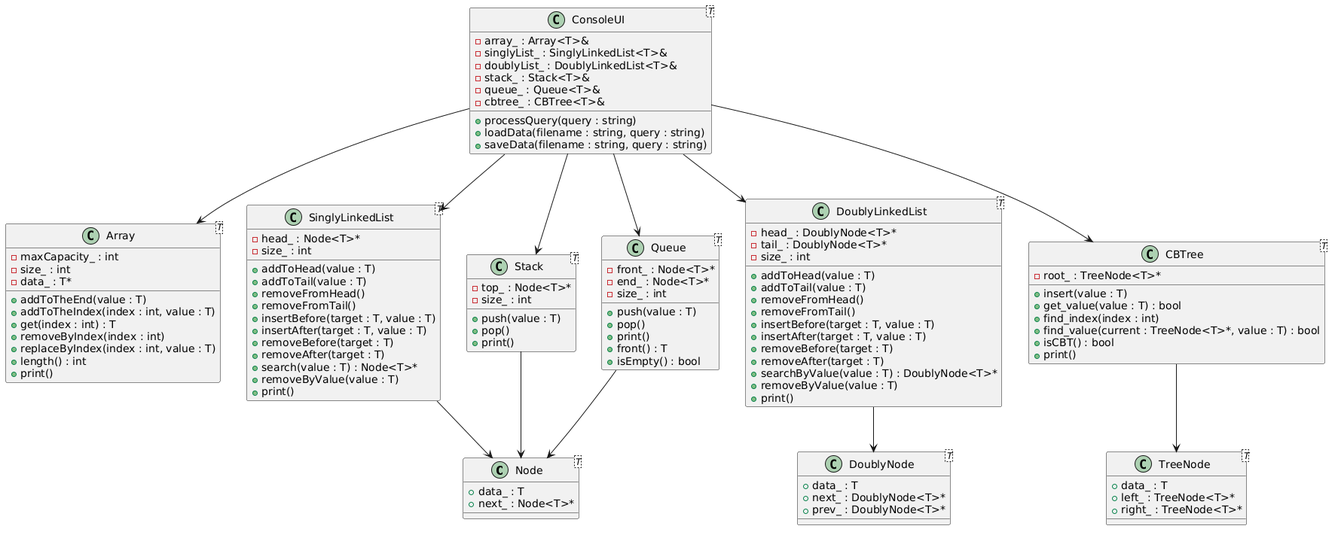
This is diagrams.png from basalaeff/abstract-data-structures, a PlantUML export, as it was before one commit. Its source is kept beside it as diagrams.puml. Its diagram source:
```plantuml
@startuml

class Node<T> {
  +data_ : T
  +next_ : Node<T>*
}

class DoublyNode<T> {
  +data_ : T
  +next_ : DoublyNode<T>*
  +prev_ : DoublyNode<T>*
}

class TreeNode<T> {
  +data_ : T
  +left_ : TreeNode<T>*
  +right_ : TreeNode<T>*
}

class Array<T> {
  -maxCapacity_ : int
  -size_ : int
  -data_ : T*

  +addToTheEnd(value : T)
  +addToTheIndex(index : int, value : T)
  +get(index : int) : T
  +removeByIndex(index : int)
  +replaceByIndex(index : int, value : T)
  +length() : int
  +print()
}

class SinglyLinkedList<T> {
  -head_ : Node<T>*
  -size_ : int

  +addToHead(value : T)
  +addToTail(value : T)
  +removeFromHead()
  +removeFromTail()
  +insertBefore(target : T, value : T)
  +insertAfter(target : T, value : T)
  +removeBefore(target : T)
  +removeAfter(target : T)
  +search(value : T) : Node<T>*
  +removeByValue(value : T)
  +print()
}

class DoublyLinkedList<T> {
  -head_ : DoublyNode<T>*
  -tail_ : DoublyNode<T>*
  -size_ : int

  +addToHead(value : T)
  +addToTail(value : T)
  +removeFromHead()
  +removeFromTail()
  +insertBefore(target : T, value : T)
  +insertAfter(target : T, value : T)
  +removeBefore(target : T)
  +removeAfter(target : T)
  +searchByValue(value : T) : DoublyNode<T>*
  +removeByValue(value : T)
  +print()
}

class Stack<T> {
  -top_ : Node<T>*
  -size_ : int

  +push(value : T)
  +pop()
  +print()
}

class Queue<T> {
  -front_ : Node<T>*
  -end_ : Node<T>*
  -size_ : int

  +push(value : T)
  +pop()
  +print()
  +front() : T
  +isEmpty() : bool
}

class CBTree<T> {
  -root_ : TreeNode<T>*

  +insert(value : T)
  +get_value(value : T) : bool
  +find_index(index : int)
  +find_value(current : TreeNode<T>*, value : T) : bool
  +isCBT() : bool
  +print()
}

class ConsoleUI<T> {
  -array_ : Array<T>&
  -singlyList_ : SinglyLinkedList<T>&
  -doublyList_ : DoublyLinkedList<T>&
  -stack_ : Stack<T>&
  -queue_ : Queue<T>&
  -cbtree_ : CBTree<T>&

  +processQuery(query : string)
  +loadData(filename : string, query : string)
  +saveData(filename : string, query : string)
}

SinglyLinkedList --> Node
Stack --> Node
Queue --> Node

DoublyLinkedList --> DoublyNode
CBTree --> TreeNode

ConsoleUI --> Array
ConsoleUI --> SinglyLinkedList
ConsoleUI --> DoublyLinkedList
ConsoleUI --> Stack
ConsoleUI --> Queue
ConsoleUI --> CBTree
@enduml
```
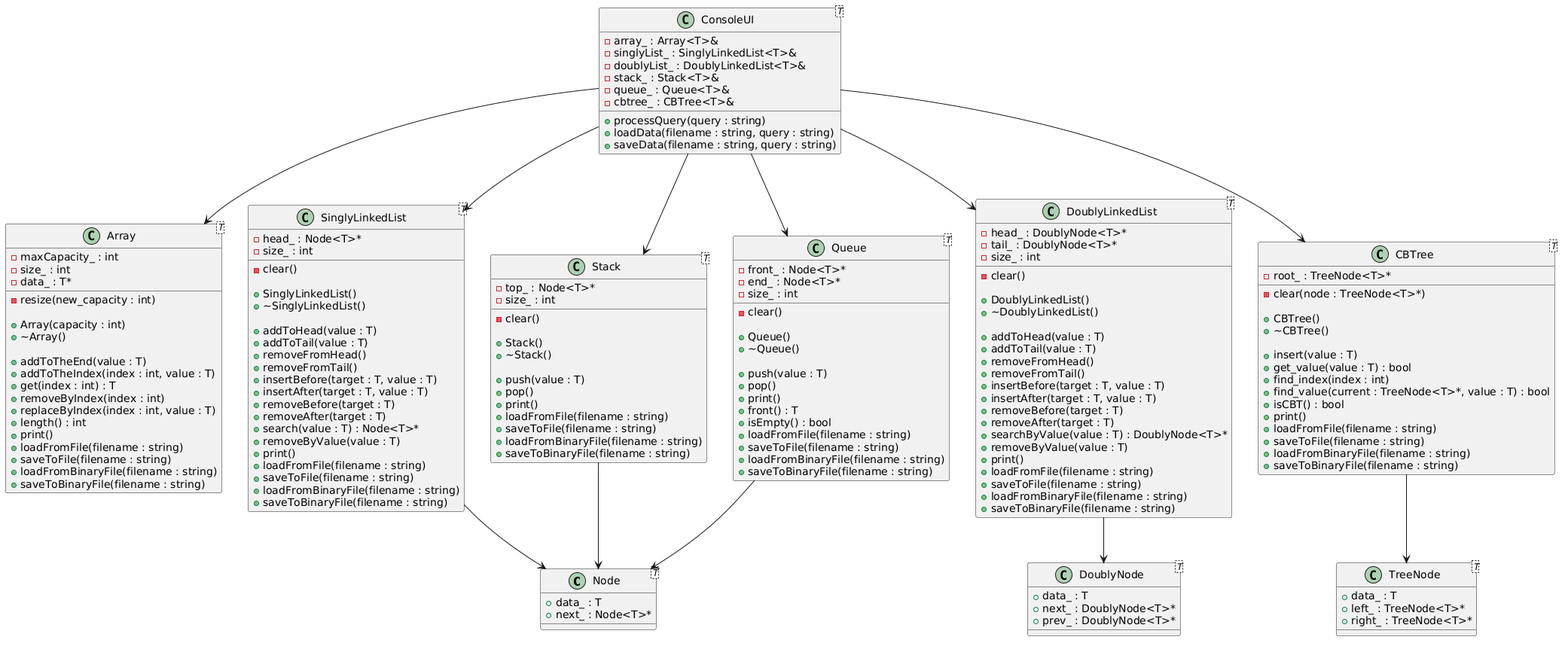
After the commit.

Commit message:
docs(uml): update uml diagram

What changed in the source:
```diff
@@ -21,6 +21,10 @@
   -maxCapacity_ : int
   -size_ : int
   -data_ : T*
+  -resize(new_capacity : int)
+
+  + Array(capacity : int)
+  + ~Array()
 
   +addToTheEnd(value : T)
   +addToTheIndex(index : int, value : T)
@@ -29,11 +33,19 @@
   +replaceByIndex(index : int, value : T)
   +length() : int
   +print()
+  +loadFromFile(filename : string)
+  +saveToFile(filename : string)
+  +loadFromBinaryFile(filename : string)
+  +saveToBinaryFile(filename : string)
 }
 
 class SinglyLinkedList<T> {
   -head_ : Node<T>*
   -size_ : int
+  -clear()
+
+  +SinglyLinkedList()
+  +~SinglyLinkedList()
 
   +addToHead(value : T)
   +addToTail(value : T)
@@ -46,12 +58,20 @@
   +search(value : T) : Node<T>*
   +removeByValue(value : T)
   +print()
+  +loadFromFile(filename : string)
+  +saveToFile(filename : string)
+  +loadFromBinaryFile(filename : string)
+  +saveToBinaryFile(filename : string)
 }
 
 class DoublyLinkedList<T> {
   -head_ : DoublyNode<T>*
   -tail_ : DoublyNode<T>*
   -size_ : int
+  -clear()
+
+  +DoublyLinkedList()
+  +~DoublyLinkedList()
 
   +addToHead(value : T)
   +addToTail(value : T)
@@ -64,31 +84,55 @@
   +searchByValue(value : T) : DoublyNode<T>*
   +removeByValue(value : T)
   +print()
+  +loadFromFile(filename : string)
+  +saveToFile(filename : string)
+  +loadFromBinaryFile(filename : string)
+  +saveToBinaryFile(filename : string)
 }
 
 class Stack<T> {
   -top_ : Node<T>*
   -size_ : int
+  -clear()
+
+  +Stack()
+  +~Stack()
 
   +push(value : T)
   +pop()
   +print()
+  +loadFromFile(filename : string)
+  +saveToFile(filename : string)
+  +loadFromBinaryFile(filename : string)
+  +saveToBinaryFile(filename : string)
 }
 
 class Queue<T> {
   -front_ : Node<T>*
   -end_ : Node<T>*
   -size_ : int
+  -clear()
+
+  +Queue()
+  +~Queue()
 
   +push(value : T)
   +pop()
   +print()
   +front() : T
   +isEmpty() : bool
+  +loadFromFile(filename : string)
+  +saveToFile(filename : string)
+  +loadFromBinaryFile(filename : string)
+  +saveToBinaryFile(filename : string)
 }
 
 class CBTree<T> {
   -root_ : TreeNode<T>*
+  -clear(node : TreeNode<T>*)
+
+  +CBTree()
+  +~CBTree()
 
   +insert(value : T)
   +get_value(value : T) : bool
@@ -96,6 +140,10 @@
   +find_value(current : TreeNode<T>*, value : T) : bool
   +isCBT() : bool
   +print()
+  +loadFromFile(filename : string)
+  +saveToFile(filename : string)
+  +loadFromBinaryFile(filename : string)
+  +saveToBinaryFile(filename : string)
 }
 
 class ConsoleUI<T> {
```
